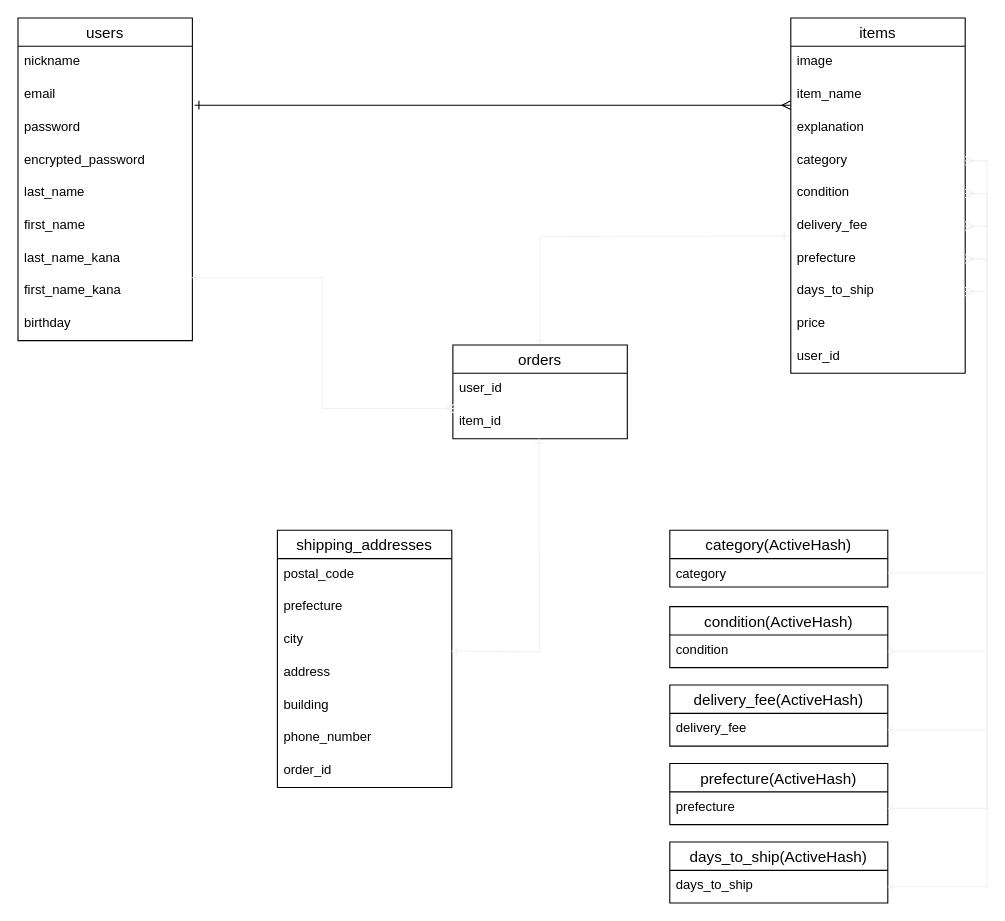
Before: furima.dio in 30155/furima-36764, a draw.io diagram. Source tidied: cells renumbered, new cells numbered last; positions are measured from the earlier drawing's top-left corner, leaving out a move shared by most shapes. Both pictures are drawn from the tidied source at 109%, with x=0, y=0 at pixel (17, 17).
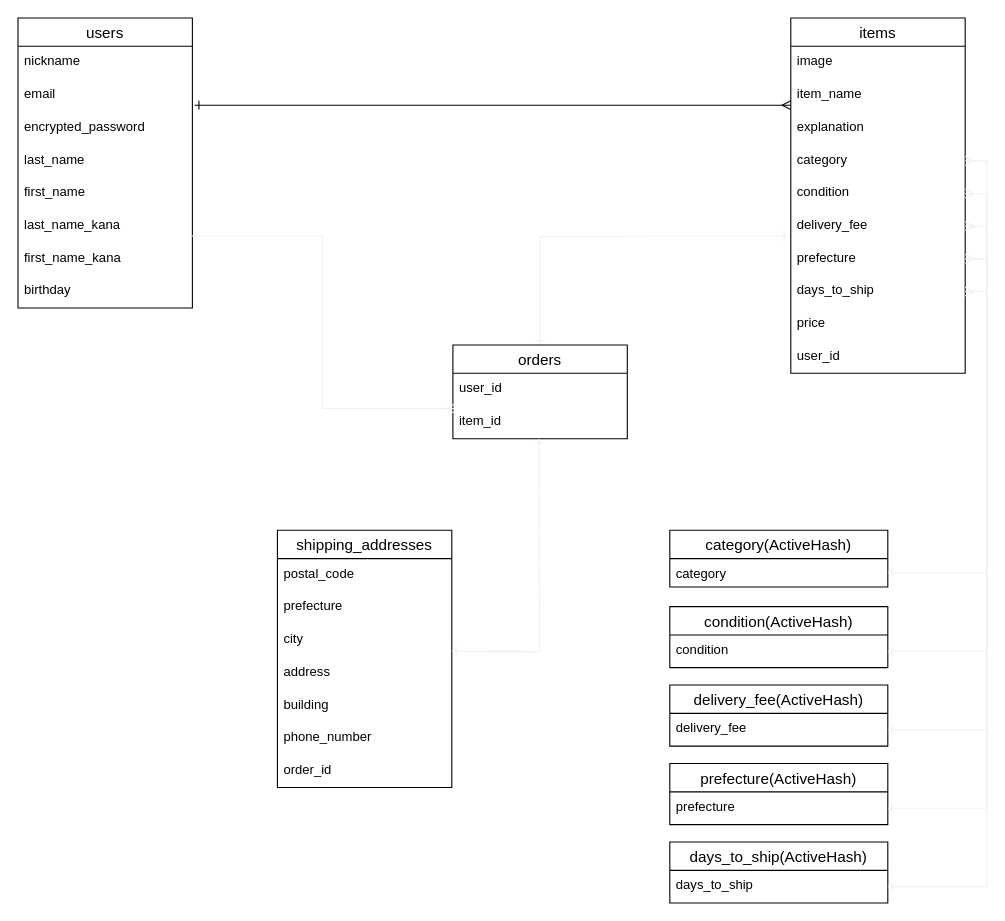
The same diagram, later.

Commit message (it also covers changes not shown here):
データベース設計（修正2）

Unchanged cells that the change refers to:
```xml
<mxCell id="51" value="item_id" style="text;strokeColor=none;fillColor=none;spacingLeft=4;spacingRight=4;overflow=hidden;points=[[0,0.5],[1,0.5]];portConstraint=eastwest;fontSize=12;" parent="49" vertex="1">
  <mxGeometry y="56" width="160" height="30" as="geometry" />
</mxCell>
```

Diff of the diagram source:
```diff
@@
     <mxCell id="2" value="users" style="swimlane;fontStyle=0;horizontal=1;startSize=26;align=center;fontSize=14;" parent="1" vertex="1">
-      <mxGeometry width="160" height="296" as="geometry" />
+      <mxGeometry width="160" height="266" as="geometry" />
     </mxCell>
@@
-    <mxCell id="5" value="password" style="text;strokeColor=none;fillColor=none;spacingLeft=4;spacingRight=4;overflow=hidden;fontSize=12;" parent="2" vertex="1">
-      <mxGeometry y="86" width="160" height="30" as="geometry" />
-    </mxCell>
     <mxCell id="6" value="encrypted_password" style="text;strokeColor=none;fillColor=none;spacingLeft=4;spacingRight=4;overflow=hidden;fontSize=12;" parent="2" vertex="1">
-      <mxGeometry y="116" width="160" height="30" as="geometry" />
+      <mxGeometry y="86" width="160" height="30" as="geometry" />
     </mxCell>
     <mxCell id="7" value="last_name" style="text;strokeColor=none;fillColor=none;spacingLeft=4;spacingRight=4;overflow=hidden;fontSize=12;" parent="2" vertex="1">
-      <mxGeometry y="146" width="160" height="30" as="geometry" />
+      <mxGeometry y="116" width="160" height="30" as="geometry" />
     </mxCell>
     <mxCell id="8" value="first_name" style="text;strokeColor=none;fillColor=none;spacingLeft=4;spacingRight=4;overflow=hidden;fontSize=12;" parent="2" vertex="1">
-      <mxGeometry y="176" width="160" height="30" as="geometry" />
+      <mxGeometry y="146" width="160" height="30" as="geometry" />
     </mxCell>
     <mxCell id="9" value="last_name_kana" style="text;strokeColor=none;fillColor=none;spacingLeft=4;spacingRight=4;overflow=hidden;points=[[0,0.5],[1,0.5]];portConstraint=eastwest;fontSize=12;" parent="2" vertex="1">
-      <mxGeometry y="206" width="160" height="30" as="geometry" />
+      <mxGeometry y="176" width="160" height="30" as="geometry" />
     </mxCell>
     <mxCell id="10" value="first_name_kana" style="text;strokeColor=none;fillColor=none;spacingLeft=4;spacingRight=4;overflow=hidden;fontSize=12;" parent="2" vertex="1">
-      <mxGeometry y="236" width="160" height="30" as="geometry" />
+      <mxGeometry y="206" width="160" height="30" as="geometry" />
     </mxCell>
     <mxCell id="11" value="birthday&#10;" style="text;strokeColor=none;fillColor=none;spacingLeft=4;spacingRight=4;overflow=hidden;fontSize=12;" parent="2" vertex="1">
-      <mxGeometry y="266" width="160" height="30" as="geometry" />
+      <mxGeometry y="236" width="160" height="30" as="geometry" />
     </mxCell>
@@
-    <mxCell id="53" style="edgeStyle=orthogonalEdgeStyle;rounded=0;jettySize=auto;html=1;exitX=0.994;exitY=1.078;exitDx=0;exitDy=0;entryX=0.008;entryY=0.078;entryDx=0;entryDy=0;startArrow=ERone;startFill=0;endArrow=ERmany;endFill=0;strokeColor=#f0f0f0;strokeWidth=1;entryPerimeter=0;exitPerimeter=0;" parent="1" edge="1" source="9" target="51">
+    <mxCell id="53" style="edgeStyle=orthogonalEdgeStyle;rounded=0;jettySize=auto;html=1;exitX=0.994;exitY=0.8;exitDx=0;exitDy=0;entryX=0.008;entryY=0.078;entryDx=0;entryDy=0;startArrow=ERone;startFill=0;endArrow=ERmany;endFill=0;strokeColor=#f0f0f0;strokeWidth=1;entryPerimeter=0;exitPerimeter=0;" parent="1" edge="1" source="9" target="51">
       <mxGeometry relative="1" as="geometry" />
     </mxCell>
```
